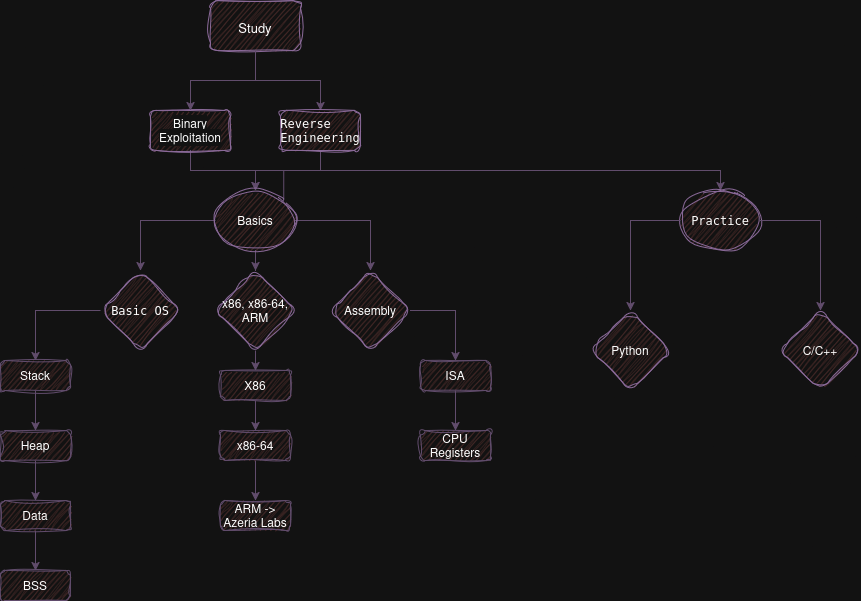
This is DiagramInProgressPartOne.drawio.png from Sasantss/Study, a draw.io export, as it was before one commit. Source tidied: cells renumbered, new cells last; positions are measured from the earlier drawing's top-left corner, leaving out a move shared by most shapes. Its diagram source:
```xml
<mxGraphModel>
  <root>
    <mxCell id="0" />
    <mxCell id="1" parent="0" />
    <mxCell id="2" style="edgeStyle=orthogonalEdgeStyle;rounded=0;jettySize=auto;html=1;exitX=0.5;exitY=1;exitDx=0;exitDy=0;strokeColor=#C3ABD0;entryX=0.5;entryY=0;entryDx=0;entryDy=0;fontColor=light-dark(#000000,#FFFFFF);" parent="1" edge="1" source="3" target="7">
      <mxGeometry relative="1" as="geometry">
        <Array as="points">
          <mxPoint x="255" y="80" />
          <mxPoint x="320" y="80" />
        </Array>
      </mxGeometry>
    </mxCell>
    <mxCell id="3" value="&lt;h2&gt;&lt;font style=&quot;font-size: 13px;&quot; face=&quot;Helvetica&quot;&gt;&lt;span style=&quot;font-weight: normal;&quot;&gt;Study&lt;/span&gt;&lt;/font&gt;&lt;/h2&gt;" style="text;html=1;align=center;verticalAlign=middle;whiteSpace=wrap;rounded=1;fillColor=#f8cecc;strokeColor=#A680B8;glass=0;sketch=1;curveFitting=1;jiggle=2;shadow=0;gradientColor=none;fontColor=light-dark(#000000,#FFFFFF);" parent="1" vertex="1">
      <mxGeometry x="210" width="90" height="50" as="geometry" />
    </mxCell>
    <mxCell id="4" style="edgeStyle=orthogonalEdgeStyle;rounded=0;jettySize=auto;html=1;exitX=0.5;exitY=1;exitDx=0;exitDy=0;fontFamily=Helvetica;fontSize=12;fontColor=light-dark(#000000,#FFFFFF);strokeColor=#C3ABD0;" parent="1" edge="1" source="5" target="13">
      <mxGeometry relative="1" as="geometry" />
    </mxCell>
    <mxCell id="5" value="&lt;span style=&quot;background-color: light-dark(#ffffff, var(--ge-dark-color, #121212));&quot;&gt;&lt;span style=&quot;&quot;&gt;Binary Exploitation&lt;/span&gt;&lt;/span&gt;" style="text;html=1;align=center;verticalAlign=middle;whiteSpace=wrap;rounded=1;fillColor=#f8cecc;strokeColor=#A680B8;glass=0;sketch=1;curveFitting=1;jiggle=2;shadow=0;gradientColor=none;fontColor=light-dark(#000000,#FFFFFF);" parent="1" vertex="1">
      <mxGeometry x="150" y="110" width="80" height="40" as="geometry" />
    </mxCell>
    <mxCell id="6" style="edgeStyle=orthogonalEdgeStyle;rounded=0;jettySize=auto;html=1;exitX=0.5;exitY=1;exitDx=0;exitDy=0;entryX=0.5;entryY=0;entryDx=0;entryDy=0;fontFamily=Helvetica;fontSize=12;fontColor=light-dark(#000000,#FFFFFF);strokeColor=#C3ABD0;" parent="1" edge="1" source="7" target="13">
      <mxGeometry relative="1" as="geometry" />
    </mxCell>
    <mxCell id="7" value="&lt;div class=&quot;tw-ta-container tw-nfl&quot; id=&quot;tw-target-text-container&quot; tabindex=&quot;0&quot; role=&quot;text&quot;&gt;&lt;pre class=&quot;tw-data-text tw-text-large tw-ta&quot; id=&quot;tw-target-text&quot; style=&quot;text-align:left&quot; dir=&quot;ltr&quot; aria-label=&quot;Texto traduzido: reverse engineering&quot;&gt;&lt;span class=&quot;Y2IQFc&quot; lang=&quot;en&quot; style=&quot;&quot;&gt;Reverse&lt;br&gt;Engineering&lt;/span&gt;&lt;/pre&gt;&lt;/div&gt;" style="text;html=1;align=center;verticalAlign=middle;whiteSpace=wrap;rounded=1;fillColor=#f8cecc;strokeColor=#A680B8;glass=0;sketch=1;curveFitting=1;jiggle=2;shadow=0;gradientColor=none;fontColor=light-dark(#000000,#FFFFFF);" parent="1" vertex="1">
      <mxGeometry x="280" y="110" width="80" height="40" as="geometry" />
    </mxCell>
    <mxCell id="8" style="edgeStyle=orthogonalEdgeStyle;rounded=0;jettySize=auto;html=1;exitX=0.5;exitY=1;exitDx=0;exitDy=0;strokeColor=#C3ABD0;entryX=0.5;entryY=0;entryDx=0;entryDy=0;entryPerimeter=0;fontColor=light-dark(#000000,#FFFFFF);" parent="1" edge="1" source="3" target="5">
      <mxGeometry relative="1" as="geometry">
        <Array as="points">
          <mxPoint x="255" y="80" />
          <mxPoint x="190" y="80" />
        </Array>
      </mxGeometry>
    </mxCell>
    <mxCell id="9" style="edgeStyle=orthogonalEdgeStyle;rounded=0;jettySize=auto;html=1;fontFamily=Helvetica;fontSize=12;fontColor=light-dark(#000000,#FFFFFF);strokeColor=#C3ABD0;" parent="1" edge="1" source="13" target="15">
      <mxGeometry relative="1" as="geometry" />
    </mxCell>
    <mxCell id="10" style="edgeStyle=orthogonalEdgeStyle;rounded=0;jettySize=auto;html=1;fontFamily=Helvetica;fontSize=12;fontColor=light-dark(#000000,#FFFFFF);strokeColor=#C3ABD0;" parent="1" edge="1" source="13" target="16">
      <mxGeometry relative="1" as="geometry" />
    </mxCell>
    <mxCell id="11" style="edgeStyle=orthogonalEdgeStyle;rounded=0;jettySize=auto;html=1;fontFamily=Helvetica;fontSize=12;fontColor=light-dark(#000000,#FFFFFF);strokeColor=#C3ABD0;" parent="1" edge="1" source="13" target="18">
      <mxGeometry relative="1" as="geometry" />
    </mxCell>
    <mxCell id="12" style="edgeStyle=orthogonalEdgeStyle;rounded=0;jettySize=auto;html=1;exitX=1;exitY=0;exitDx=0;exitDy=0;fontFamily=Helvetica;fontSize=12;fontColor=light-dark(#000000,#FFFFFF);strokeColor=#C3ABD0;entryX=0.5;entryY=0;entryDx=0;entryDy=0;" parent="1" edge="1" source="13" target="29">
      <mxGeometry relative="1" as="geometry">
        <Array as="points">
          <mxPoint x="283" y="170" />
          <mxPoint x="720" y="170" />
        </Array>
      </mxGeometry>
    </mxCell>
    <mxCell id="13" value="&lt;span style=&quot;&quot;&gt;Basics&lt;/span&gt;" style="ellipse;whiteSpace=wrap;html=1;fillColor=#f8cecc;strokeColor=#A680B8;gradientColor=none;rounded=1;glass=0;sketch=1;curveFitting=1;jiggle=2;shadow=0;fontColor=light-dark(#000000,#FFFFFF);" parent="1" vertex="1">
      <mxGeometry x="215" y="190" width="80" height="60" as="geometry" />
    </mxCell>
    <mxCell id="14" style="edgeStyle=orthogonalEdgeStyle;rounded=0;jettySize=auto;html=1;fontFamily=Helvetica;fontSize=12;fontColor=light-dark(#000000,#FFFFFF);strokeColor=#C3ABD0;" parent="1" edge="1" source="15" target="20">
      <mxGeometry relative="1" as="geometry" />
    </mxCell>
    <mxCell id="15" value="&lt;div class=&quot;tw-ta-container tw-nfl&quot; id=&quot;tw-target-text-container&quot; tabindex=&quot;0&quot; role=&quot;text&quot;&gt;&lt;pre class=&quot;tw-data-text tw-text-large tw-ta&quot; id=&quot;tw-target-text&quot; style=&quot;text-align:left&quot; dir=&quot;ltr&quot; aria-label=&quot;Texto traduzido: Basic OS&quot;&gt;&lt;span class=&quot;Y2IQFc&quot; lang=&quot;en&quot; style=&quot;&quot;&gt;Basic OS&lt;/span&gt;&lt;/pre&gt;&lt;/div&gt;" style="rhombus;whiteSpace=wrap;html=1;fillColor=#f8cecc;strokeColor=#A680B8;gradientColor=none;rounded=1;glass=0;sketch=1;curveFitting=1;jiggle=2;shadow=0;fontColor=light-dark(#000000,#FFFFFF);" parent="1" vertex="1">
      <mxGeometry x="100" y="270" width="80" height="80" as="geometry" />
    </mxCell>
    <mxCell id="16" value="&lt;span style=&quot;&quot;&gt;x86, x86-64, ARM&lt;/span&gt;" style="rhombus;whiteSpace=wrap;html=1;fillColor=#f8cecc;strokeColor=#A680B8;gradientColor=none;rounded=1;glass=0;sketch=1;curveFitting=1;jiggle=2;shadow=0;fontColor=light-dark(#000000,#FFFFFF);" parent="1" vertex="1">
      <mxGeometry x="215" y="270" width="80" height="80" as="geometry" />
    </mxCell>
    <mxCell id="17" style="edgeStyle=orthogonalEdgeStyle;rounded=0;jettySize=auto;html=1;exitX=1;exitY=0.5;exitDx=0;exitDy=0;fontFamily=Helvetica;fontSize=12;fontColor=light-dark(#000000,#FFFFFF);strokeColor=#C3ABD0;" parent="1" edge="1" source="18" target="27">
      <mxGeometry relative="1" as="geometry" />
    </mxCell>
    <mxCell id="18" value="&lt;span style=&quot;&quot;&gt;Assembly&lt;/span&gt;" style="rhombus;whiteSpace=wrap;html=1;fillColor=#f8cecc;strokeColor=#A680B8;gradientColor=none;rounded=1;glass=0;sketch=1;curveFitting=1;jiggle=2;shadow=0;fontColor=light-dark(#000000,#FFFFFF);" parent="1" vertex="1">
      <mxGeometry x="330" y="270" width="80" height="80" as="geometry" />
    </mxCell>
    <mxCell id="19" style="edgeStyle=orthogonalEdgeStyle;rounded=0;jettySize=auto;html=1;fontFamily=Helvetica;fontSize=12;fontColor=light-dark(#000000,#FFFFFF);strokeColor=#C3ABD0;" parent="1" edge="1" source="20" target="22">
      <mxGeometry relative="1" as="geometry" />
    </mxCell>
    <mxCell id="20" value="&lt;span style=&quot;&quot;&gt;Stack&lt;/span&gt;" style="whiteSpace=wrap;html=1;fillColor=#f8cecc;strokeColor=#C3ABD0;gradientColor=none;rounded=1;glass=0;sketch=1;curveFitting=1;jiggle=2;shadow=0;fontColor=light-dark(#000000,#FFFFFF);" parent="1" vertex="1">
      <mxGeometry y="360" width="70" height="30" as="geometry" />
    </mxCell>
    <mxCell id="21" style="edgeStyle=orthogonalEdgeStyle;rounded=0;jettySize=auto;html=1;fontFamily=Helvetica;fontSize=12;fontColor=light-dark(#000000,#FFFFFF);strokeColor=#C3ABD0;" parent="1" edge="1" source="22" target="24">
      <mxGeometry relative="1" as="geometry" />
    </mxCell>
    <mxCell id="22" value="&lt;span style=&quot;&quot;&gt;Heap&lt;/span&gt;" style="whiteSpace=wrap;html=1;fillColor=#f8cecc;strokeColor=#C3ABD0;gradientColor=none;rounded=1;glass=0;sketch=1;curveFitting=1;jiggle=2;shadow=0;fontColor=light-dark(#000000,#FFFFFF);" parent="1" vertex="1">
      <mxGeometry y="430" width="70" height="30" as="geometry" />
    </mxCell>
    <mxCell id="23" style="edgeStyle=orthogonalEdgeStyle;rounded=0;jettySize=auto;html=1;fontFamily=Helvetica;fontSize=12;fontColor=light-dark(#000000,#FFFFFF);strokeColor=#C3ABD0;" parent="1" edge="1" source="24" target="25">
      <mxGeometry relative="1" as="geometry" />
    </mxCell>
    <mxCell id="24" value="&lt;span style=&quot;&quot;&gt;Data&lt;/span&gt;" style="whiteSpace=wrap;html=1;fillColor=#f8cecc;strokeColor=#C3ABD0;gradientColor=none;rounded=1;glass=0;sketch=1;curveFitting=1;jiggle=2;shadow=0;fontColor=light-dark(#000000,#FFFFFF);" parent="1" vertex="1">
      <mxGeometry y="500" width="70" height="30" as="geometry" />
    </mxCell>
    <mxCell id="25" value="&lt;span style=&quot;&quot;&gt;BSS&lt;/span&gt;" style="whiteSpace=wrap;html=1;fillColor=#f8cecc;strokeColor=#C3ABD0;gradientColor=none;rounded=1;glass=0;sketch=1;curveFitting=1;jiggle=2;shadow=0;fontColor=light-dark(#000000,#FFFFFF);" parent="1" vertex="1">
      <mxGeometry y="570" width="70" height="30" as="geometry" />
    </mxCell>
    <mxCell id="26" style="edgeStyle=orthogonalEdgeStyle;rounded=0;jettySize=auto;html=1;fontFamily=Helvetica;fontSize=12;fontColor=light-dark(#000000,#FFFFFF);strokeColor=#C3ABD0;" parent="1" edge="1" source="27" target="28">
      <mxGeometry relative="1" as="geometry" />
    </mxCell>
    <mxCell id="27" value="&lt;span style=&quot;&quot;&gt;ISA&lt;/span&gt;" style="whiteSpace=wrap;html=1;fillColor=#f8cecc;strokeColor=#C3ABD0;gradientColor=none;rounded=1;glass=0;sketch=1;curveFitting=1;jiggle=2;shadow=0;fontColor=light-dark(#000000,#FFFFFF);" parent="1" vertex="1">
      <mxGeometry x="420" y="360" width="70" height="30" as="geometry" />
    </mxCell>
    <mxCell id="28" value="&lt;span style=&quot;&quot;&gt;CPU Registers&lt;/span&gt;" style="whiteSpace=wrap;html=1;fillColor=#f8cecc;strokeColor=#C3ABD0;gradientColor=none;rounded=1;glass=0;sketch=1;curveFitting=1;jiggle=2;shadow=0;fontColor=light-dark(#000000,#FFFFFF);" parent="1" vertex="1">
      <mxGeometry x="420" y="430" width="70" height="30" as="geometry" />
    </mxCell>
    <mxCell id="29" value="&lt;div class=&quot;tw-ta-container tw-nfl&quot; id=&quot;tw-target-text-container&quot; tabindex=&quot;0&quot; role=&quot;text&quot;&gt;&lt;pre class=&quot;tw-data-text tw-text-large tw-ta&quot; id=&quot;tw-target-text&quot; style=&quot;text-align:left&quot; dir=&quot;ltr&quot; aria-label=&quot;Texto traduzido: Practice&quot;&gt;&lt;span class=&quot;Y2IQFc&quot; lang=&quot;en&quot; style=&quot;&quot;&gt;Practice&lt;/span&gt;&lt;/pre&gt;&lt;/div&gt;" style="ellipse;whiteSpace=wrap;html=1;fillColor=#f8cecc;strokeColor=#A680B8;gradientColor=none;rounded=1;glass=0;sketch=1;curveFitting=1;jiggle=2;shadow=0;fontColor=light-dark(#000000,#FFFFFF);" parent="1" vertex="1">
      <mxGeometry x="680" y="190" width="80" height="60" as="geometry" />
    </mxCell>
    <mxCell id="30" style="edgeStyle=orthogonalEdgeStyle;rounded=0;jettySize=auto;html=1;exitX=0.5;exitY=1;exitDx=0;exitDy=0;entryX=0.5;entryY=0;entryDx=0;entryDy=0;fontFamily=Helvetica;fontSize=12;fontColor=light-dark(#000000,#FFFFFF);strokeColor=#C3ABD0;" parent="1" edge="1" source="31" target="33">
      <mxGeometry relative="1" as="geometry" />
    </mxCell>
    <mxCell id="31" value="&lt;span style=&quot;&quot;&gt;X86&lt;/span&gt;" style="whiteSpace=wrap;html=1;fillColor=#f8cecc;strokeColor=#C3ABD0;gradientColor=none;rounded=1;glass=0;sketch=1;curveFitting=1;jiggle=2;shadow=0;fontColor=light-dark(#000000,#FFFFFF);" parent="1" vertex="1">
      <mxGeometry x="220" y="370" width="70" height="30" as="geometry" />
    </mxCell>
    <mxCell id="32" style="edgeStyle=orthogonalEdgeStyle;rounded=0;jettySize=auto;html=1;exitX=0.5;exitY=1;exitDx=0;exitDy=0;entryX=0.5;entryY=0;entryDx=0;entryDy=0;fontFamily=Helvetica;fontSize=12;fontColor=light-dark(#000000,#FFFFFF);strokeColor=#C3ABD0;" parent="1" edge="1" source="33" target="34">
      <mxGeometry relative="1" as="geometry" />
    </mxCell>
    <mxCell id="33" value="&lt;span style=&quot;&quot;&gt;x86-64&lt;/span&gt;" style="whiteSpace=wrap;html=1;fillColor=#f8cecc;strokeColor=#C3ABD0;gradientColor=none;rounded=1;glass=0;sketch=1;curveFitting=1;jiggle=2;shadow=0;fontColor=light-dark(#000000,#FFFFFF);" parent="1" vertex="1">
      <mxGeometry x="220" y="430" width="70" height="30" as="geometry" />
    </mxCell>
    <mxCell id="34" value="&lt;span style=&quot;&quot;&gt;ARM -&amp;gt; Azeria Labs&lt;/span&gt;" style="whiteSpace=wrap;html=1;fillColor=#f8cecc;strokeColor=#C3ABD0;gradientColor=none;rounded=1;glass=0;sketch=1;curveFitting=1;jiggle=2;shadow=0;fontColor=light-dark(#000000,#FFFFFF);" parent="1" vertex="1">
      <mxGeometry x="220" y="500" width="70" height="30" as="geometry" />
    </mxCell>
    <mxCell id="35" value="&lt;span style=&quot;&quot;&gt;Python&lt;/span&gt;" style="rhombus;whiteSpace=wrap;html=1;fillColor=#f8cecc;strokeColor=#A680B8;gradientColor=none;rounded=1;glass=0;sketch=1;curveFitting=1;jiggle=2;shadow=0;fontColor=light-dark(#000000,#FFFFFF);" parent="1" vertex="1">
      <mxGeometry x="590" y="310" width="80" height="80" as="geometry" />
    </mxCell>
    <mxCell id="36" value="&lt;span&gt;C/C++&lt;/span&gt;" style="rhombus;whiteSpace=wrap;html=1;fillColor=#f8cecc;strokeColor=#A680B8;gradientColor=none;rounded=1;glass=0;sketch=1;curveFitting=1;jiggle=2;shadow=0;fontColor=light-dark(#000000,#FFFFFF);" parent="1" vertex="1">
      <mxGeometry x="780" y="310" width="80" height="80" as="geometry" />
    </mxCell>
    <mxCell id="37" style="edgeStyle=orthogonalEdgeStyle;rounded=0;jettySize=auto;html=1;fontFamily=Helvetica;fontSize=12;fontColor=light-dark(#000000,#FFFFFF);strokeColor=#C3ABD0;entryX=0.5;entryY=0;entryDx=0;entryDy=0;exitX=1;exitY=0.5;exitDx=0;exitDy=0;" parent="1" edge="1" source="29" target="36">
      <mxGeometry relative="1" as="geometry" />
    </mxCell>
    <mxCell id="38" style="edgeStyle=orthogonalEdgeStyle;rounded=0;jettySize=auto;html=1;fontFamily=Helvetica;fontSize=12;fontColor=light-dark(#000000,#FFFFFF);strokeColor=#C3ABD0;exitX=0;exitY=0.5;exitDx=0;exitDy=0;entryX=0.5;entryY=0;entryDx=0;entryDy=0;" parent="1" edge="1" source="29" target="35">
      <mxGeometry relative="1" as="geometry" />
    </mxCell>
    <mxCell id="39" style="edgeStyle=orthogonalEdgeStyle;rounded=0;jettySize=auto;html=1;exitX=0.5;exitY=1;exitDx=0;exitDy=0;fontFamily=Helvetica;fontSize=12;fontColor=light-dark(#000000,#FFFFFF);strokeColor=#C3ABD0;" parent="1" edge="1" source="16">
      <mxGeometry relative="1" as="geometry">
        <mxPoint x="255" y="370" as="targetPoint" />
      </mxGeometry>
    </mxCell>
  </root>
</mxGraphModel>
```
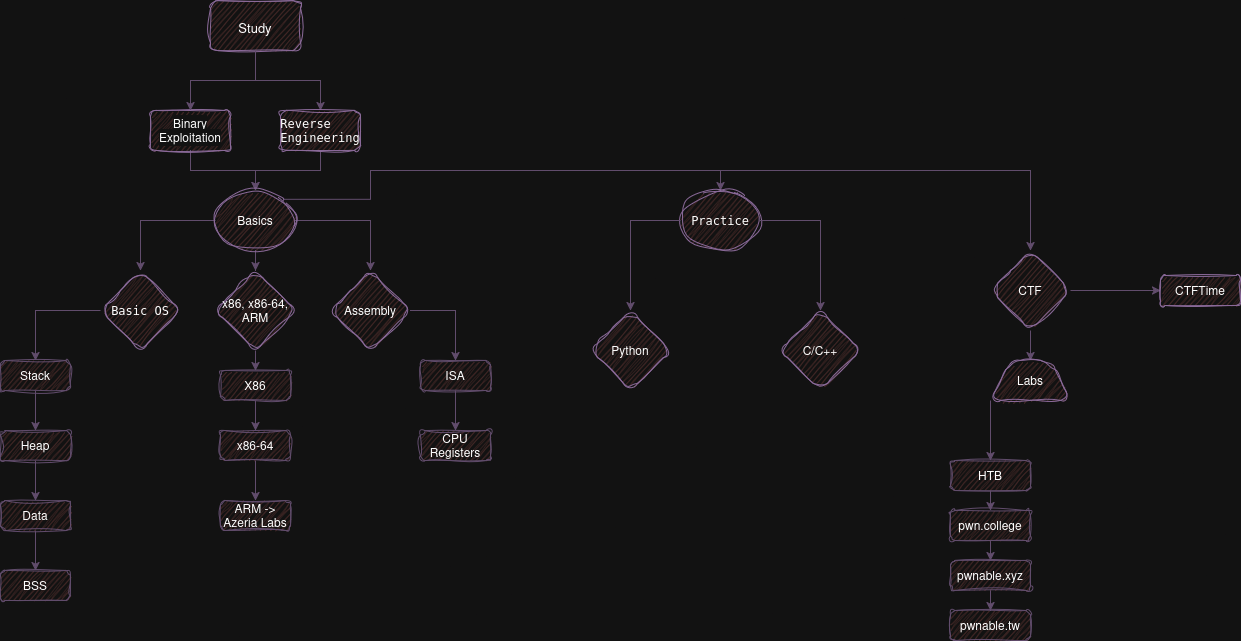
The same diagram one commit later.

Change to the diagram source:
```diff
@@ -45,7 +45,8 @@
     <mxCell id="12" style="edgeStyle=orthogonalEdgeStyle;rounded=0;jettySize=auto;html=1;exitX=1;exitY=0;exitDx=0;exitDy=0;fontFamily=Helvetica;fontSize=12;fontColor=light-dark(#000000,#FFFFFF);strokeColor=#C3ABD0;entryX=0.5;entryY=0;entryDx=0;entryDy=0;" parent="1" edge="1" source="13" target="29">
       <mxGeometry relative="1" as="geometry">
         <Array as="points">
-          <mxPoint x="283" y="170" />
+          <mxPoint x="370" y="199" />
+          <mxPoint x="370" y="170" />
           <mxPoint x="720" y="170" />
         </Array>
       </mxGeometry>
@@ -98,6 +99,9 @@
     <mxCell id="28" value="&lt;span style=&quot;&quot;&gt;CPU Registers&lt;/span&gt;" style="whiteSpace=wrap;html=1;fillColor=#f8cecc;strokeColor=#C3ABD0;gradientColor=none;rounded=1;glass=0;sketch=1;curveFitting=1;jiggle=2;shadow=0;fontColor=light-dark(#000000,#FFFFFF);" parent="1" vertex="1">
       <mxGeometry x="420" y="430" width="70" height="30" as="geometry" />
     </mxCell>
+    <mxCell id="40" style="edgeStyle=orthogonalEdgeStyle;rounded=0;jettySize=auto;html=1;exitX=0.5;exitY=0;exitDx=0;exitDy=0;strokeColor=light-dark(#000000,#614C6C);entryX=0.5;entryY=0;entryDx=0;entryDy=0;" parent="1" edge="1" source="29" target="43">
+      <mxGeometry relative="1" as="geometry" />
+    </mxCell>
     <mxCell id="29" value="&lt;div class=&quot;tw-ta-container tw-nfl&quot; id=&quot;tw-target-text-container&quot; tabindex=&quot;0&quot; role=&quot;text&quot;&gt;&lt;pre class=&quot;tw-data-text tw-text-large tw-ta&quot; id=&quot;tw-target-text&quot; style=&quot;text-align:left&quot; dir=&quot;ltr&quot; aria-label=&quot;Texto traduzido: Practice&quot;&gt;&lt;span class=&quot;Y2IQFc&quot; lang=&quot;en&quot; style=&quot;&quot;&gt;Practice&lt;/span&gt;&lt;/pre&gt;&lt;/div&gt;" style="ellipse;whiteSpace=wrap;html=1;fillColor=#f8cecc;strokeColor=#A680B8;gradientColor=none;rounded=1;glass=0;sketch=1;curveFitting=1;jiggle=2;shadow=0;fontColor=light-dark(#000000,#FFFFFF);" parent="1" vertex="1">
       <mxGeometry x="680" y="190" width="80" height="60" as="geometry" />
     </mxCell>
@@ -133,5 +137,50 @@
         <mxPoint x="255" y="370" as="targetPoint" />
       </mxGeometry>
     </mxCell>
+    <mxCell id="41" style="edgeStyle=orthogonalEdgeStyle;rounded=0;jettySize=auto;html=1;exitX=0.5;exitY=1;exitDx=0;exitDy=0;entryX=0.5;entryY=0;entryDx=0;entryDy=0;strokeColor=light-dark(#000000,#614C6C);" parent="1" edge="1" source="43" target="45">
+      <mxGeometry relative="1" as="geometry" />
+    </mxCell>
+    <mxCell id="42" style="edgeStyle=orthogonalEdgeStyle;rounded=0;jettySize=auto;html=1;strokeColor=light-dark(#000000,#614C6C);" parent="1" edge="1" source="43" target="53">
+      <mxGeometry relative="1" as="geometry" />
+    </mxCell>
+    <mxCell id="43" value="CTF" style="rhombus;whiteSpace=wrap;html=1;fillColor=#f8cecc;strokeColor=#A680B8;gradientColor=none;rounded=1;glass=0;sketch=1;curveFitting=1;jiggle=2;shadow=0;fontColor=light-dark(#000000,#FFFFFF);" parent="1" vertex="1">
+      <mxGeometry x="990" y="250" width="80" height="80" as="geometry" />
+    </mxCell>
+    <mxCell id="44" style="edgeStyle=orthogonalEdgeStyle;rounded=0;jettySize=auto;html=1;exitX=0;exitY=1;exitDx=0;exitDy=0;entryX=0.5;entryY=0;entryDx=0;entryDy=0;strokeColor=light-dark(#000000,#614C6C);" parent="1" edge="1" source="45" target="47">
+      <mxGeometry relative="1" as="geometry" />
+    </mxCell>
+    <mxCell id="45" value="Labs" style="shape=trapezoid;perimeter=trapezoidPerimeter;whiteSpace=wrap;html=1;fixedSize=1;fillColor=#f8cecc;strokeColor=#A680B8;fontColor=light-dark(#000000,#FFFFFF);gradientColor=none;rounded=1;glass=0;sketch=1;curveFitting=1;jiggle=2;shadow=0;" parent="1" vertex="1">
+      <mxGeometry x="990" y="360" width="80" height="40" as="geometry" />
+    </mxCell>
+    <mxCell id="46" style="edgeStyle=orthogonalEdgeStyle;rounded=0;jettySize=auto;html=1;exitX=0.5;exitY=1;exitDx=0;exitDy=0;entryX=0.5;entryY=0;entryDx=0;entryDy=0;strokeColor=light-dark(#000000,#614C6C);" parent="1" edge="1" source="47" target="51">
+      <mxGeometry relative="1" as="geometry" />
+    </mxCell>
+    <mxCell id="47" value="HTB" style="whiteSpace=wrap;html=1;fillColor=#f8cecc;strokeColor=#C3ABD0;gradientColor=none;rounded=1;glass=0;sketch=1;curveFitting=1;jiggle=2;shadow=0;fontColor=light-dark(#000000,#FFFFFF);" parent="1" vertex="1">
+      <mxGeometry x="950" y="460" width="80" height="30" as="geometry" />
+    </mxCell>
+    <mxCell id="48" style="edgeStyle=orthogonalEdgeStyle;rounded=0;jettySize=auto;html=1;exitX=0.5;exitY=1;exitDx=0;exitDy=0;strokeColor=light-dark(#000000,#614C6C);" parent="1" edge="1" source="49" target="52">
+      <mxGeometry relative="1" as="geometry" />
+    </mxCell>
+    <mxCell id="49" value="pwnable.xyz" style="whiteSpace=wrap;html=1;fillColor=#f8cecc;strokeColor=#C3ABD0;gradientColor=none;rounded=1;glass=0;sketch=1;curveFitting=1;jiggle=2;shadow=0;fontColor=light-dark(#000000,#FFFFFF);" parent="1" vertex="1">
+      <mxGeometry x="950" y="560" width="80" height="30" as="geometry" />
+    </mxCell>
+    <mxCell id="50" style="edgeStyle=orthogonalEdgeStyle;rounded=0;jettySize=auto;html=1;exitX=0.5;exitY=1;exitDx=0;exitDy=0;entryX=0.5;entryY=0;entryDx=0;entryDy=0;strokeColor=light-dark(#000000,#614C6C);" parent="1" edge="1" source="51" target="49">
+      <mxGeometry relative="1" as="geometry" />
+    </mxCell>
+    <mxCell id="51" value="pwn.college" style="whiteSpace=wrap;html=1;fillColor=#f8cecc;strokeColor=#C3ABD0;gradientColor=none;rounded=1;glass=0;sketch=1;curveFitting=1;jiggle=2;shadow=0;fontColor=light-dark(#000000,#FFFFFF);" parent="1" vertex="1">
+      <mxGeometry x="950" y="510" width="80" height="30" as="geometry" />
+    </mxCell>
+    <mxCell id="52" value="pwnable.tw" style="whiteSpace=wrap;html=1;fillColor=#f8cecc;strokeColor=#C3ABD0;gradientColor=none;rounded=1;glass=0;sketch=1;curveFitting=1;jiggle=2;shadow=0;fontColor=light-dark(#000000,#FFFFFF);" parent="1" vertex="1">
+      <mxGeometry x="950" y="610" width="80" height="30" as="geometry" />
+    </mxCell>
+    <mxCell id="53" value="CTFTime" style="whiteSpace=wrap;html=1;fillColor=#f8cecc;strokeColor=#A680B8;fontColor=light-dark(#000000,#FFFFFF);gradientColor=none;rounded=1;glass=0;sketch=1;curveFitting=1;jiggle=2;shadow=0;" parent="1" vertex="1">
+      <mxGeometry x="1160" y="275" width="80" height="30" as="geometry" />
+    </mxCell>
+    <mxCell id="54" style="edgeStyle=orthogonalEdgeStyle;rounded=0;orthogonalLoop=1;jettySize=auto;html=1;exitX=0.5;exitY=1;exitDx=0;exitDy=0;" parent="1" edge="1" source="51" target="51">
+      <mxGeometry relative="1" as="geometry" />
+    </mxCell>
+    <mxCell id="55" style="edgeStyle=orthogonalEdgeStyle;rounded=0;orthogonalLoop=1;jettySize=auto;html=1;exitX=0.5;exitY=1;exitDx=0;exitDy=0;" parent="1" edge="1" source="51" target="51">
+      <mxGeometry relative="1" as="geometry" />
+    </mxCell>
   </root>
 </mxGraphModel>
```
